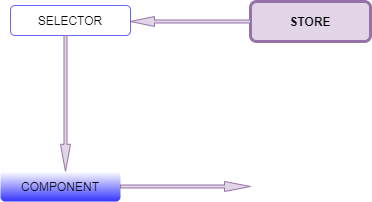
Above: SpurtcommerceFrontendNgRx.png in Mirambek/-SpurCommerceCodeAnalysis (draw.io), before the change. Source tidied: cells renumbered, new cells last; positions are measured from the earlier drawing's top-left corner, leaving out a move shared by most shapes.
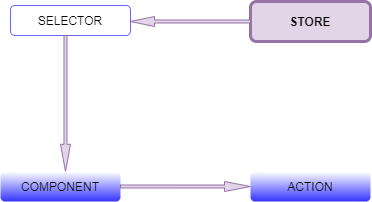
Later version of the same file.

What changed in the source:
```diff
@@ -20,5 +20,8 @@
     <mxCell id="7" style="shape=singleArrow;whiteSpace=wrap;html=1;strokeColor=#9673a6;fillColor=#e1d5e7;" parent="1" vertex="1">
       <mxGeometry x="120" y="180" width="130" height="10" as="geometry" />
     </mxCell>
+    <mxCell id="8" value="ACTION" style="shape=ext;rounded=1;html=1;whiteSpace=wrap;gradientColor=#3333FF;strokeColor=none;" parent="1" vertex="1">
+      <mxGeometry x="250" y="170" width="120" height="30" as="geometry" />
+    </mxCell>
   </root>
 </mxGraphModel>
```
